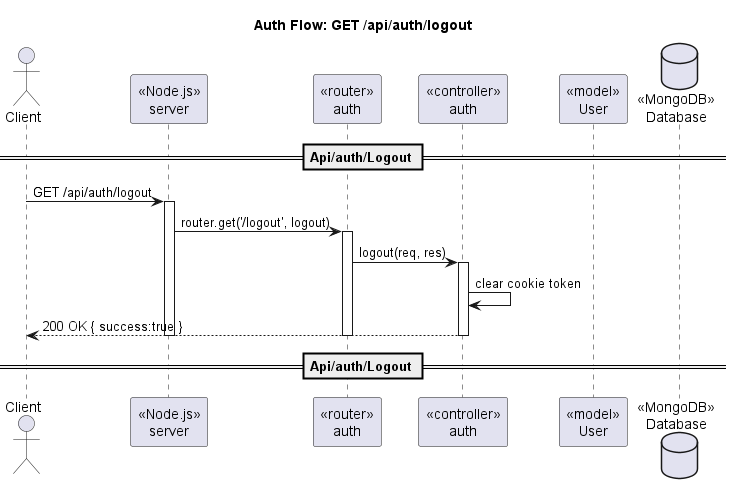
Above: out/docs/diagram/sequence/seq_auth_logout_get.png in 098ff/ArtmaybeDEV (PlantUML), before the change.
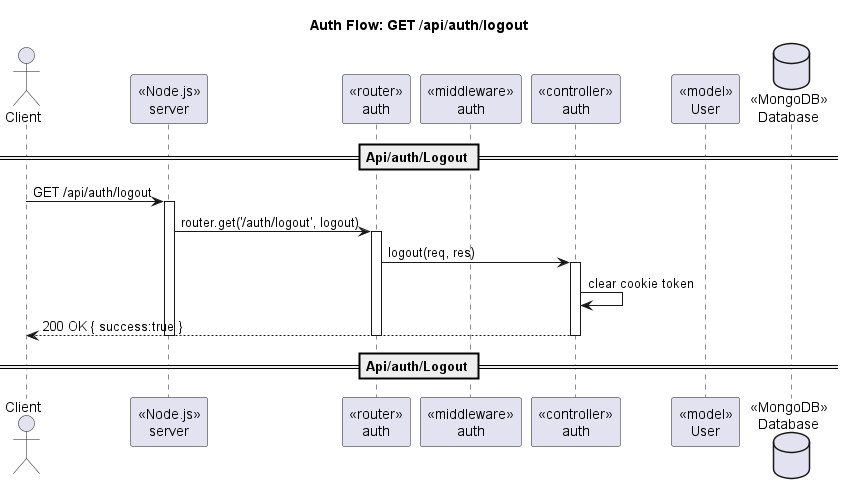
The same diagram one commit later.

The edit, as a diff of the source:
```diff
@@ -3,6 +3,7 @@
 actor Client
 participant "«Node.js»\nserver" as Server
 participant "«router»\nauth" as Router
+participant "«middleware»\nauth" as AuthMW
 participant "«controller»\nauth" as Ctrl
 participant "«model»\nUser" as UserModel
 database "«MongoDB»\nDatabase" as DB
@@ -10,7 +11,7 @@
 == Api/auth/Logout ==
 Client -> Server : GET /api/auth/logout
 activate Server
-Server -> Router : router.get('/logout', logout)
+Server -> Router : router.get('/auth/logout', logout)
 activate Router
 Router -> Ctrl : logout(req, res)
 activate Ctrl
```
